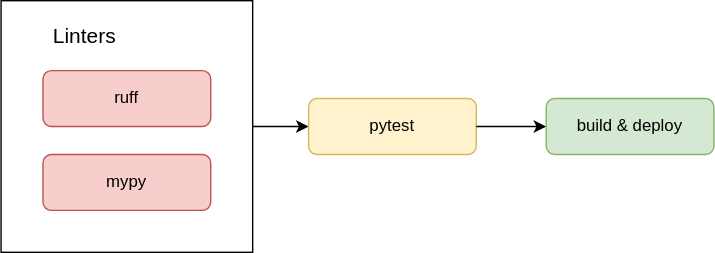
Earlier version of the draw.io export docs/pipeline.svg (lubaskinc0de/mentoro). Source tidied: cells renumbered, new cells last; positions are measured from the earlier drawing's top-left corner, leaving out a move shared by most shapes.
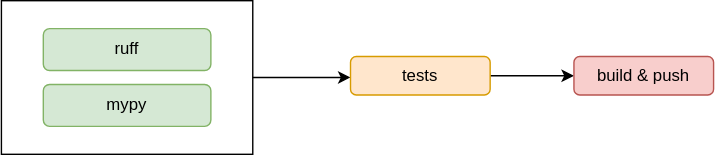
After the change.

The edit, as a diff of the source:
```diff
@@ -2,40 +2,28 @@
   <root>
     <mxCell id="0" />
     <mxCell id="1" parent="0" />
-    <mxCell id="2" value="&lt;div&gt;ruff&lt;br&gt;&lt;/div&gt;" style="rounded=1;whiteSpace=wrap;html=1;fillColor=#f8cecc;strokeColor=#b85450;" parent="1" vertex="1">
-      <mxGeometry x="30" y="50" width="120" height="40" as="geometry" />
+    <mxCell id="2" value="ruff" style="rounded=1;whiteSpace=wrap;html=1;fillColor=#d5e8d4;strokeColor=#82b366;" parent="1" vertex="1">
+      <mxGeometry x="40" y="-10" width="120" height="30" as="geometry" />
     </mxCell>
-    <mxCell id="3" value="&lt;div&gt;mypy&lt;/div&gt;" style="rounded=1;whiteSpace=wrap;html=1;fillColor=#f8cecc;strokeColor=#b85450;" parent="1" vertex="1">
-      <mxGeometry x="30" y="110" width="120" height="40" as="geometry" />
+    <mxCell id="3" value="mypy" style="rounded=1;whiteSpace=wrap;html=1;fillColor=#d5e8d4;strokeColor=#82b366;" parent="1" vertex="1">
+      <mxGeometry x="40" y="30" width="120" height="30" as="geometry" />
     </mxCell>
-    <mxCell id="4" style="whiteSpace=wrap;html=1;glass=0;perimeterSpacing=0;strokeWidth=1;fillStyle=solid;gradientColor=default;fillColor=none;strokeColor=light-dark(#000000,#FFFFFF);" parent="1" vertex="1">
-      <mxGeometry width="180" height="180" as="geometry" />
-    </mxCell>
-    <mxCell id="5" value="&lt;font style=&quot;font-size: 15px; color: light-dark(rgb(0, 0, 0), rgb(255, 255, 255));&quot;&gt;Linters&lt;/font&gt;" style="text;html=1;align=center;verticalAlign=middle;whiteSpace=wrap;rounded=0;" parent="1" vertex="1">
-      <mxGeometry x="30" y="10" width="60" height="30" as="geometry" />
-    </mxCell>
-    <mxCell id="6" style="endArrow=classic;html=1;rounded=0;entryX=0;entryY=0.5;entryDx=0;entryDy=0;strokeColor=light-dark(#000000,#FFFFFF);" parent="1" edge="1" target="7">
-      <mxGeometry relative="1" as="geometry">
-        <mxPoint x="180" y="90" as="sourcePoint" />
-        <Array as="points">
-          <mxPoint x="220" y="90" />
-        </Array>
-      </mxGeometry>
-    </mxCell>
-    <mxCell id="7" value="pytest" style="rounded=1;whiteSpace=wrap;html=1;fillColor=#fff2cc;strokeColor=#d6b656;" parent="1" vertex="1">
-      <mxGeometry x="220" y="70" width="120" height="40" as="geometry" />
-    </mxCell>
-    <mxCell id="8" style="endArrow=classic;html=1;rounded=0;strokeColor=light-dark(#000000,#FFFFFF);" parent="1" edge="1">
-      <mxGeometry relative="1" as="geometry">
-        <mxPoint x="340" y="90" as="sourcePoint" />
-        <mxPoint x="390" y="90" as="targetPoint" />
-        <Array as="points">
-          <mxPoint x="380" y="90" />
-        </Array>
-      </mxGeometry>
-    </mxCell>
-    <mxCell id="9" value="build &amp;amp; deploy" style="rounded=1;whiteSpace=wrap;html=1;fillColor=#d5e8d4;strokeColor=#82b366;" parent="1" vertex="1">
-      <mxGeometry x="390" y="70" width="120" height="40" as="geometry" />
-    </mxCell>
+    <mxCell id="10" style="rounded=0;whiteSpace=wrap;html=1;fillColor=none;" parent="1" vertex="1">
+      <mxGeometry x="10" y="-30" width="180" height="110" as="geometry" />
+    </mxCell>
+    <mxCell id="11" style="endArrow=classic;html=1;rounded=0;exitX=1;exitY=0.5;exitDx=0;exitDy=0;" parent="1" edge="1" source="10">
+      <mxGeometry relative="1" as="geometry">
+        <mxPoint x="260" y="25" as="targetPoint" />
+      </mxGeometry>
+    </mxCell>
+    <mxCell id="12" style="edgeStyle=orthogonalEdgeStyle;rounded=0;jettySize=auto;html=1;" parent="1" edge="1" source="13" target="14">
+      <mxGeometry relative="1" as="geometry" />
+    </mxCell>
+    <mxCell id="13" value="tests" style="rounded=1;whiteSpace=wrap;html=1;fillColor=#ffe6cc;strokeColor=#d79b00;" parent="1" vertex="1">
+      <mxGeometry x="260" y="10" width="100" height="27.5" as="geometry" />
+    </mxCell>
+    <mxCell id="14" value="build &amp;amp; push" style="rounded=1;whiteSpace=wrap;html=1;fillColor=#f8cecc;strokeColor=#b85450;" parent="1" vertex="1">
+      <mxGeometry x="420" y="10" width="100" height="27.5" as="geometry" />
+    </mxCell>
   </root>
 </mxGraphModel>
```
